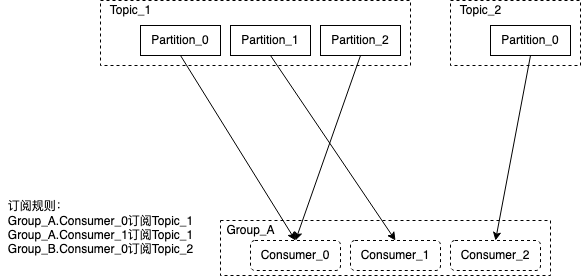
wu0hgl/note_pic keeps this draw.io diagram as kafka Range分配策略.png. Above is the earlier version. Source tidied: cells renumbered, new cells last; positions are measured from the earlier drawing's top-left corner, leaving out a move shared by most shapes.
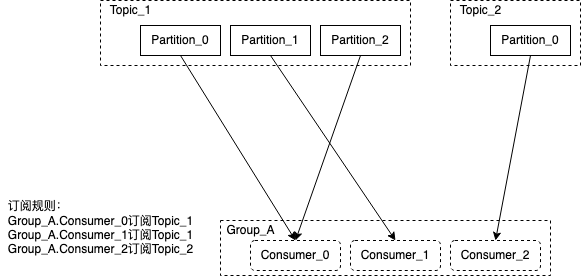
Above is the later version.

Commit message:
更新kafka Range分配策略.png

Diff of the diagram source:
```diff
@@ -41,7 +41,7 @@
     <mxCell id="14" value="Topic_2" style="text;html=1;align=center;verticalAlign=middle;fillColor=none;strokeColor=none;rounded=0;" parent="1" vertex="1">
       <mxGeometry x="450" width="60" height="20" as="geometry" />
     </mxCell>
-    <mxCell id="15" value="&lt;div align=&quot;left&quot;&gt;订阅规则：&lt;/div&gt;&lt;div&gt;Group_A.Consumer_0订阅Topic_1&lt;/div&gt;&lt;div&gt;Group_A.Consumer_1订阅Topic_1&lt;/div&gt;&lt;div&gt;Group_B.Consumer_0订阅Topic_2&lt;/div&gt;&lt;div&gt;&amp;nbsp;&amp;nbsp; &lt;br&gt;&lt;/div&gt;" style="text;html=1;align=center;verticalAlign=middle;fillColor=none;strokeColor=none;rounded=0;dashed=1;" parent="1" vertex="1">
+    <mxCell id="15" value="&lt;div align=&quot;left&quot;&gt;订阅规则：&lt;/div&gt;&lt;div&gt;Group_A.Consumer_0订阅Topic_1&lt;/div&gt;&lt;div&gt;Group_A.Consumer_1订阅Topic_1&lt;/div&gt;&lt;div&gt;Group_A.Consumer_2订阅Topic_2&lt;/div&gt;&lt;div&gt;&amp;nbsp;&amp;nbsp; &lt;br&gt;&lt;/div&gt;" style="text;html=1;align=center;verticalAlign=middle;fillColor=none;strokeColor=none;rounded=0;dashed=1;" parent="1" vertex="1">
       <mxGeometry y="195" width="200" height="80" as="geometry" />
     </mxCell>
     <mxCell id="16" style="endArrow=classic;html=1;exitX=0.5;exitY=1;exitDx=0;exitDy=0;entryX=0.5;entryY=0;entryDx=0;entryDy=0;" parent="1" edge="1" source="4" target="9">
```
